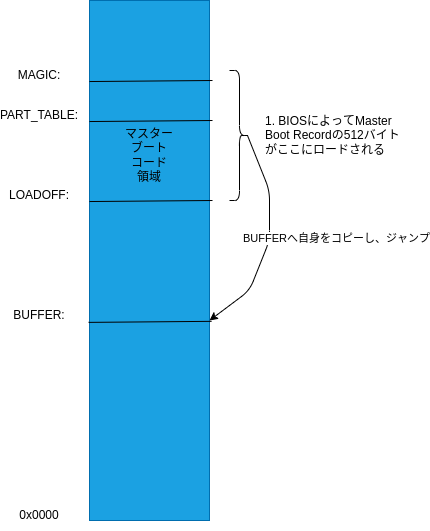
Before: boot/bios_mb_load.drawio.png, a diagram exported from draw.io (horie-t/minix). Source tidied: cells renumbered, new cells last; positions are measured from the earlier drawing's top-left corner, leaving out a move shared by most shapes. The source it was exported from:
```xml
<mxGraphModel>
  <root>
    <mxCell id="0" />
    <mxCell id="1" parent="0" />
    <mxCell id="2" style="rounded=0;whiteSpace=wrap;html=1;fillColor=#1ba1e2;fontColor=#ffffff;strokeColor=#006EAF;" parent="1" vertex="1">
      <mxGeometry x="80" width="120" height="520" as="geometry" />
    </mxCell>
    <mxCell id="3" value="0x0000" style="text;html=1;strokeColor=none;fillColor=none;align=center;verticalAlign=middle;whiteSpace=wrap;rounded=0;" parent="1" vertex="1">
      <mxGeometry y="500" width="60" height="30" as="geometry" />
    </mxCell>
    <mxCell id="4" value="BUFFER:" style="text;html=1;strokeColor=none;fillColor=none;align=center;verticalAlign=middle;whiteSpace=wrap;rounded=0;" parent="1" vertex="1">
      <mxGeometry y="300" width="60" height="30" as="geometry" />
    </mxCell>
    <mxCell id="5" value="LOADOFF:" style="text;html=1;strokeColor=none;fillColor=none;align=center;verticalAlign=middle;whiteSpace=wrap;rounded=0;" parent="1" vertex="1">
      <mxGeometry y="180" width="60" height="30" as="geometry" />
    </mxCell>
    <mxCell id="6" value="PART_TABLE:" style="text;html=1;strokeColor=none;fillColor=none;align=center;verticalAlign=middle;whiteSpace=wrap;rounded=0;" parent="1" vertex="1">
      <mxGeometry y="100" width="60" height="30" as="geometry" />
    </mxCell>
    <mxCell id="7" value="MAGIC:" style="text;html=1;strokeColor=none;fillColor=none;align=center;verticalAlign=middle;whiteSpace=wrap;rounded=0;" parent="1" vertex="1">
      <mxGeometry y="60" width="60" height="30" as="geometry" />
    </mxCell>
    <mxCell id="8" style="endArrow=none;html=1;entryX=-0.008;entryY=0.619;entryDx=0;entryDy=0;entryPerimeter=0;exitX=1.017;exitY=0.617;exitDx=0;exitDy=0;exitPerimeter=0;" parent="1" edge="1" source="2" target="2">
      <mxGeometry relative="1" as="geometry" />
    </mxCell>
    <mxCell id="9" style="endArrow=none;html=1;entryX=-0.008;entryY=0.619;entryDx=0;entryDy=0;entryPerimeter=0;exitX=1.017;exitY=0.617;exitDx=0;exitDy=0;exitPerimeter=0;" parent="1" edge="1">
      <mxGeometry relative="1" as="geometry">
        <mxPoint x="203" y="200" as="sourcePoint" />
        <mxPoint x="80" y="201" as="targetPoint" />
      </mxGeometry>
    </mxCell>
    <mxCell id="10" style="endArrow=none;html=1;entryX=-0.008;entryY=0.619;entryDx=0;entryDy=0;entryPerimeter=0;exitX=1.017;exitY=0.617;exitDx=0;exitDy=0;exitPerimeter=0;" parent="1" edge="1">
      <mxGeometry relative="1" as="geometry">
        <mxPoint x="203" y="120" as="sourcePoint" />
        <mxPoint x="80" y="121" as="targetPoint" />
      </mxGeometry>
    </mxCell>
    <mxCell id="11" style="endArrow=none;html=1;entryX=-0.008;entryY=0.619;entryDx=0;entryDy=0;entryPerimeter=0;exitX=1.017;exitY=0.617;exitDx=0;exitDy=0;exitPerimeter=0;" parent="1" edge="1">
      <mxGeometry relative="1" as="geometry">
        <mxPoint x="203" y="80" as="sourcePoint" />
        <mxPoint x="80" y="81" as="targetPoint" />
      </mxGeometry>
    </mxCell>
    <mxCell id="12" style="shape=curlyBracket;whiteSpace=wrap;html=1;rounded=1;flipH=1;fillColor=#FFFFFF;" parent="1" vertex="1">
      <mxGeometry x="220" y="70" width="20" height="130" as="geometry" />
    </mxCell>
    <mxCell id="13" value="1. BIOSによってMaster Boot Recordの512バイトがここにロードされる" style="text;html=1;strokeColor=none;fillColor=none;align=left;verticalAlign=middle;whiteSpace=wrap;rounded=0;" parent="1" vertex="1">
      <mxGeometry x="254" y="90" width="146" height="90" as="geometry" />
    </mxCell>
    <mxCell id="14" style="endArrow=classic;html=1;exitX=0.1;exitY=0.5;exitDx=0;exitDy=0;exitPerimeter=0;" parent="1" edge="1" source="12">
      <mxGeometry relative="1" as="geometry">
        <mxPoint x="200" y="320" as="targetPoint" />
        <Array as="points">
          <mxPoint x="260" y="190" />
          <mxPoint x="260" y="240" />
          <mxPoint x="240" y="290" />
        </Array>
      </mxGeometry>
    </mxCell>
    <mxCell id="15" value="BUFFERへ自身をコピーし、ジャンプ" style="edgeLabel;html=1;align=center;verticalAlign=middle;fillColor=#FFFFFF;" parent="14" vertex="1">
      <mxGeometry relative="1" as="geometry">
        <mxPoint x="67" as="offset" />
      </mxGeometry>
    </mxCell>
    <mxCell id="16" value="マスターブート&lt;br&gt;コード&lt;br&gt;領域" style="text;html=1;strokeColor=none;fillColor=none;align=center;verticalAlign=middle;whiteSpace=wrap;rounded=0;" parent="1" vertex="1">
      <mxGeometry x="110" y="140" width="60" height="30" as="geometry" />
    </mxCell>
  </root>
</mxGraphModel>
```
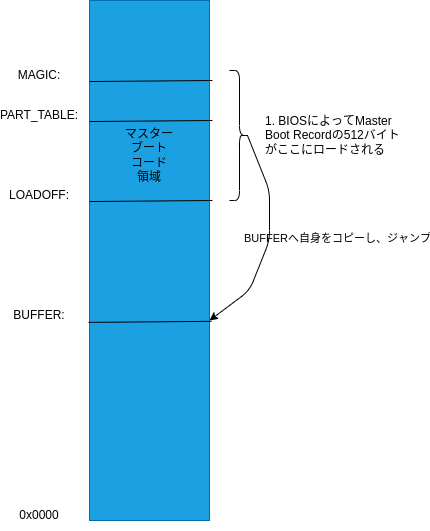
Above is the later version.

What changed in the source:
```diff
@@ -57,7 +57,7 @@
         </Array>
       </mxGeometry>
     </mxCell>
-    <mxCell id="15" value="BUFFERへ自身をコピーし、ジャンプ" style="edgeLabel;html=1;align=center;verticalAlign=middle;fillColor=#FFFFFF;" parent="14" vertex="1">
+    <mxCell id="15" value="BUFFERへ自身をコピーし、ジャンプ" style="edgeLabel;html=1;align=center;verticalAlign=middle;fillColor=#FFFFFF;labelBackgroundColor=none;" parent="14" vertex="1">
       <mxGeometry relative="1" as="geometry">
         <mxPoint x="67" as="offset" />
       </mxGeometry>
```
